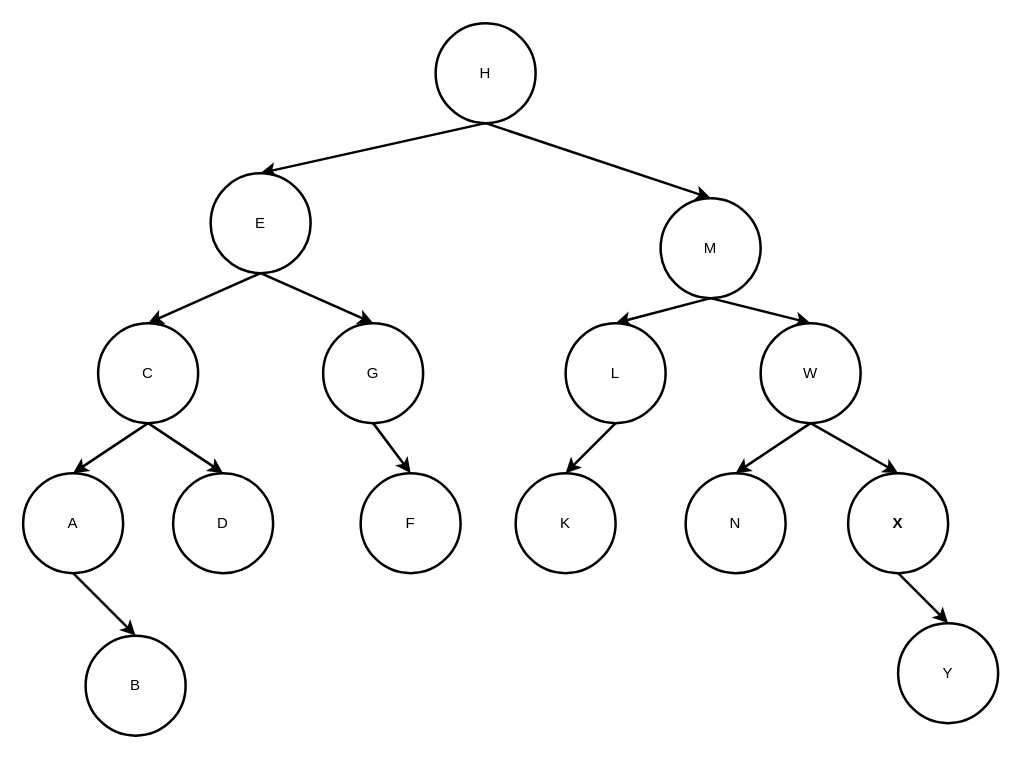
Earlier version of the draw.io diagram 数据结构与算法/二叉树.drawio (LiHuiBin1995/study-java). Source tidied: cells renumbered, new cells numbered last; positions are measured from the earlier drawing's top-left corner, leaving out a move shared by most shapes. Both pictures are drawn from the tidied source at 125%, with x=0, y=0 at pixel (22, 22).
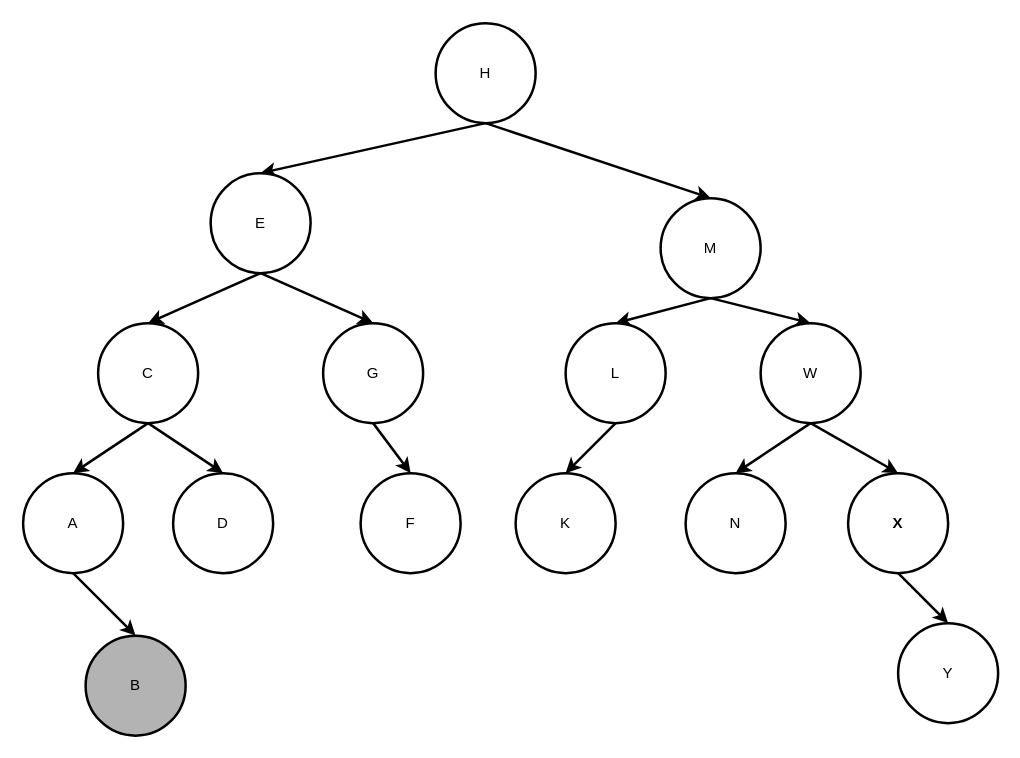
After the change.

Commit message (it also covers changes not shown here):
更新二叉树.drawio

Change to the diagram source:
```diff
@@
-    <mxCell id="14" value="B" style="ellipse;whiteSpace=wrap;html=1;strokeWidth=2;" parent="1" vertex="1">
+    <mxCell id="14" value="B" style="ellipse;whiteSpace=wrap;html=1;strokeWidth=2;fillColor=#B3B3B3;" parent="1" vertex="1">
       <mxGeometry x="50" y="490" width="80" height="80" as="geometry" />
     </mxCell>
```
